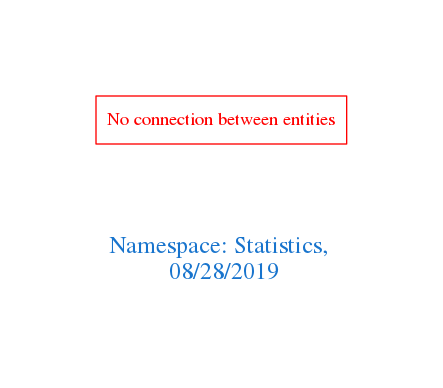
arago/OGIT keeps this Graphviz diagram as downloads/Statistics.png. Above is the earlier version. Its source is kept beside it as downloads/Statistics.dot.
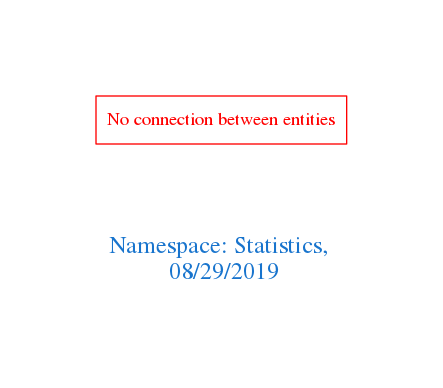
Later version of the same file.

The edit, as a diff of the source:
```diff
@@ -1,7 +1,7 @@
 digraph OGIT_ontology {
  graph [ rankdir= LR,pad=1
 fontsize = 18,
-fontcolor= dodgerblue3,label = "\n\n\nNamespace: Statistics, \n 08/28/2019"];
+fontcolor= dodgerblue3,label = "\n\n\nNamespace: Statistics, \n 08/29/2019"];
 node[shape=polygon];
 edge [  color="gray81"];
 
```
